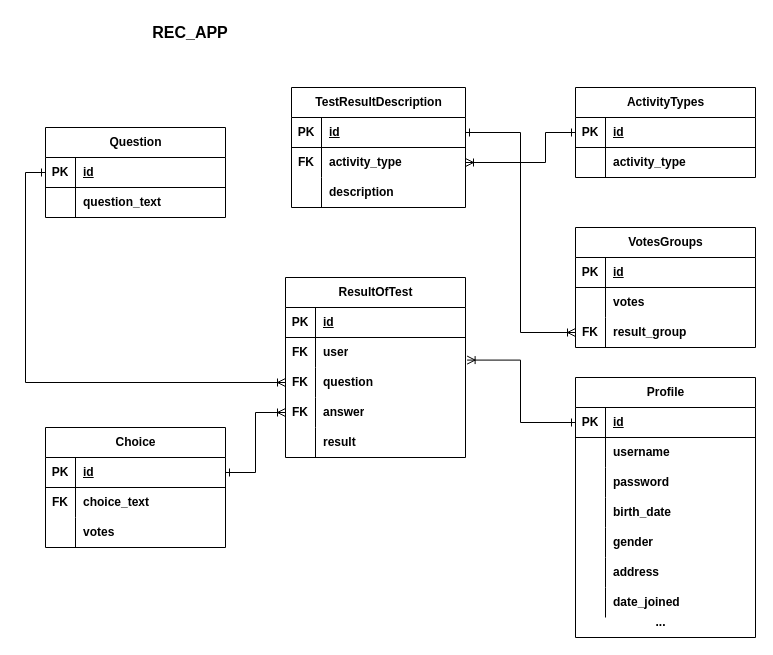
This is ER/rec_app.drawio from OlgaTora/Recommendation_project, a draw.io file, before an edit. Source tidied: cells renumbered, new cells numbered last; positions are measured from the earlier drawing's top-left corner, leaving out a move shared by most shapes. Both pictures are drawn from the tidied source at 100%, with x=0, y=0 at pixel (45, 17).
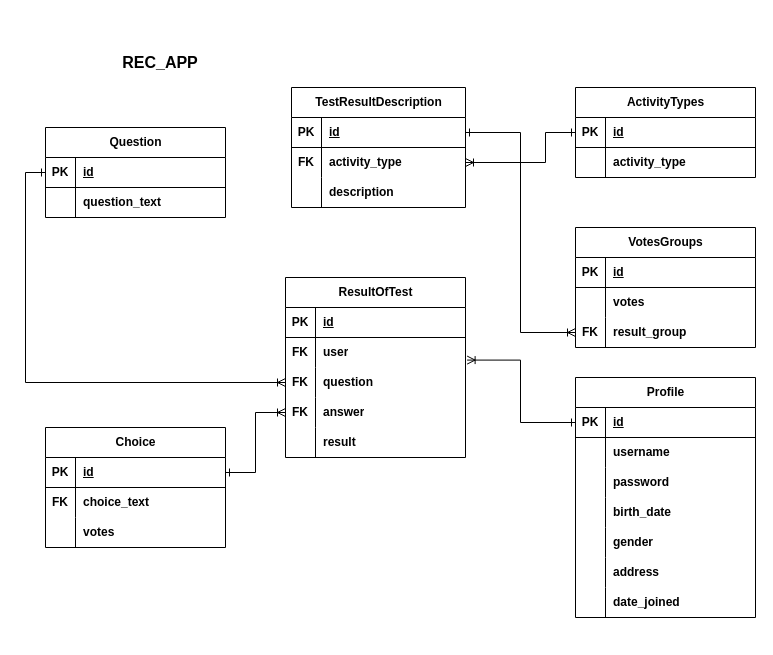
Above is the later version.

What changed in the source:
```diff
@@
     <mxCell id="32" value="&lt;b&gt;&lt;font style=&quot;font-size: 16px;&quot;&gt;REC_APP&lt;/font&gt;&lt;/b&gt;" style="text;html=1;strokeColor=none;fillColor=none;align=center;verticalAlign=middle;whiteSpace=wrap;rounded=0;" parent="1" vertex="1">
-      <mxGeometry x="40" width="210" height="30" as="geometry" />
+      <mxGeometry x="10" y="30" width="210" height="30" as="geometry" />
     </mxCell>
@@
     <mxCell id="51" value="&lt;div style=&quot;border-color: var(--border-color);&quot;&gt;Profile&lt;/div&gt;" style="shape=table;startSize=30;childLayout=tableLayout;rowLines=0;fontStyle=1;align=center;html=1;fontFamily=Helvetica;" parent="1" vertex="1">
-      <mxGeometry x="530" y="360" width="180" height="260" as="geometry" />
+      <mxGeometry x="530" y="360" width="180" height="240" as="geometry" />
     </mxCell>
@@
-    <mxCell id="73" value="&lt;b&gt;...&lt;/b&gt;" style="text;html=1;align=center;verticalAlign=middle;strokeColor=none;fillColor=none;" parent="1" vertex="1">
-      <mxGeometry x="600" y="590" width="30" height="30" as="geometry" />
-    </mxCell>
```
